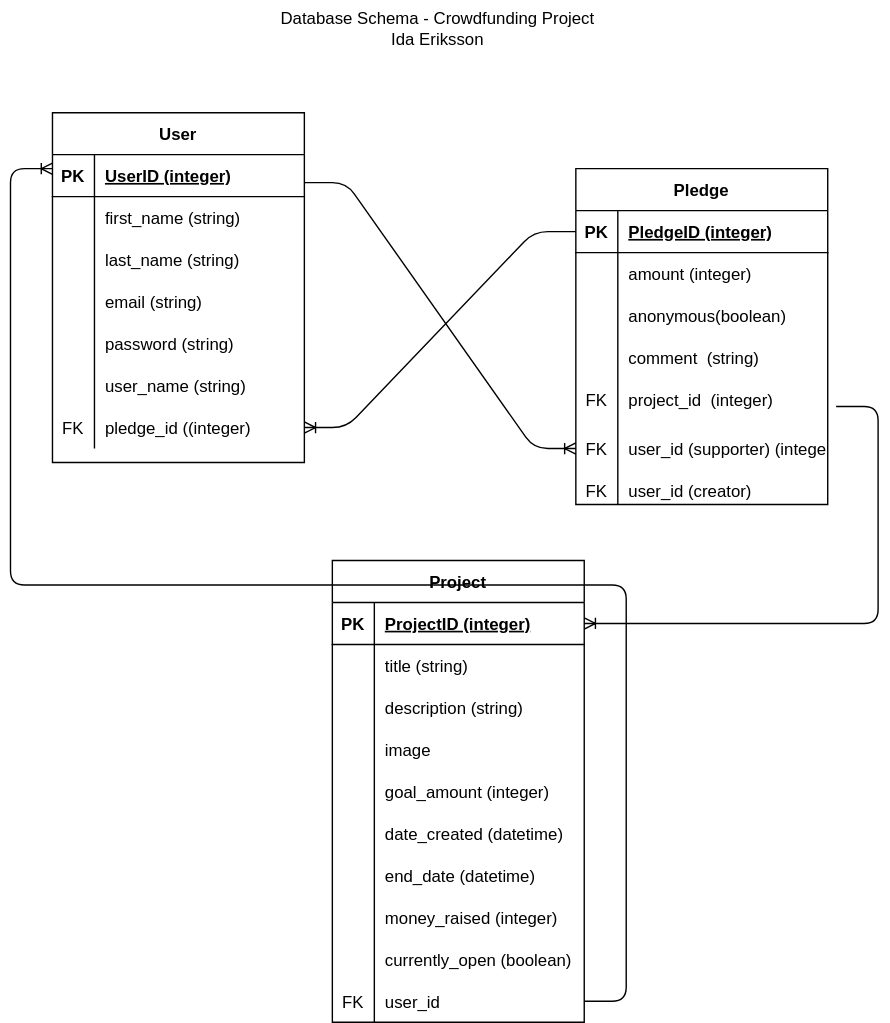
idaanna/crowdfunding_back_end keeps this draw.io diagram as cf.drawio.svg. Above is the earlier version. Source tidied: cells renumbered, new cells last; positions are measured from the earlier drawing's top-left corner, leaving out a move shared by most shapes.
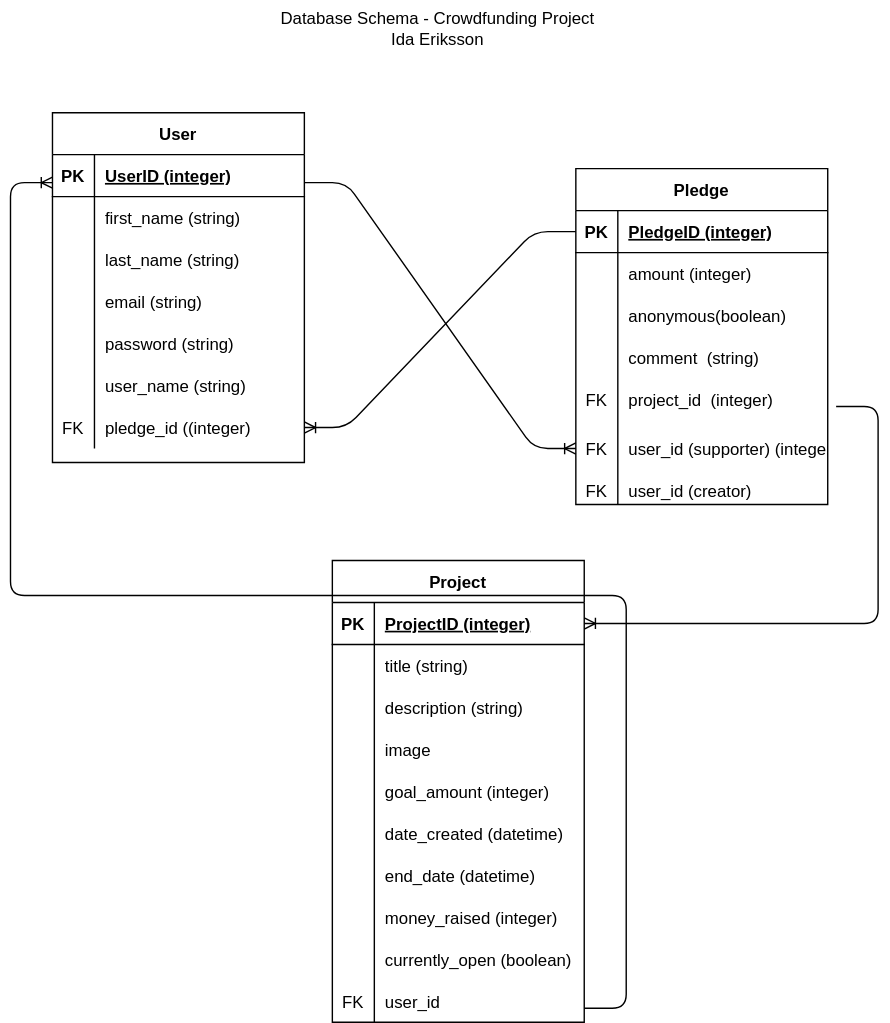
The same file after the commit.

Commit message:
Database planning and read me file updates

Diff of the diagram source:
```diff
@@ -243,9 +243,10 @@
         <mxPoint x="560" y="290" as="sourcePoint" />
       </mxGeometry>
     </mxCell>
-    <mxCell id="81" style="edgeStyle=entityRelationEdgeStyle;fontSize=12;html=1;endArrow=ERoneToMany;" parent="1" edge="1" source="74">
+    <mxCell id="81" style="edgeStyle=entityRelationEdgeStyle;fontSize=12;html=1;endArrow=ERoneToMany;" parent="1" edge="1">
       <mxGeometry relative="1" as="geometry">
-        <mxPoint y="120" as="targetPoint" />
+        <mxPoint x="380" y="720" as="sourcePoint" />
+        <mxPoint y="130" as="targetPoint" />
       </mxGeometry>
     </mxCell>
   </root>
```
